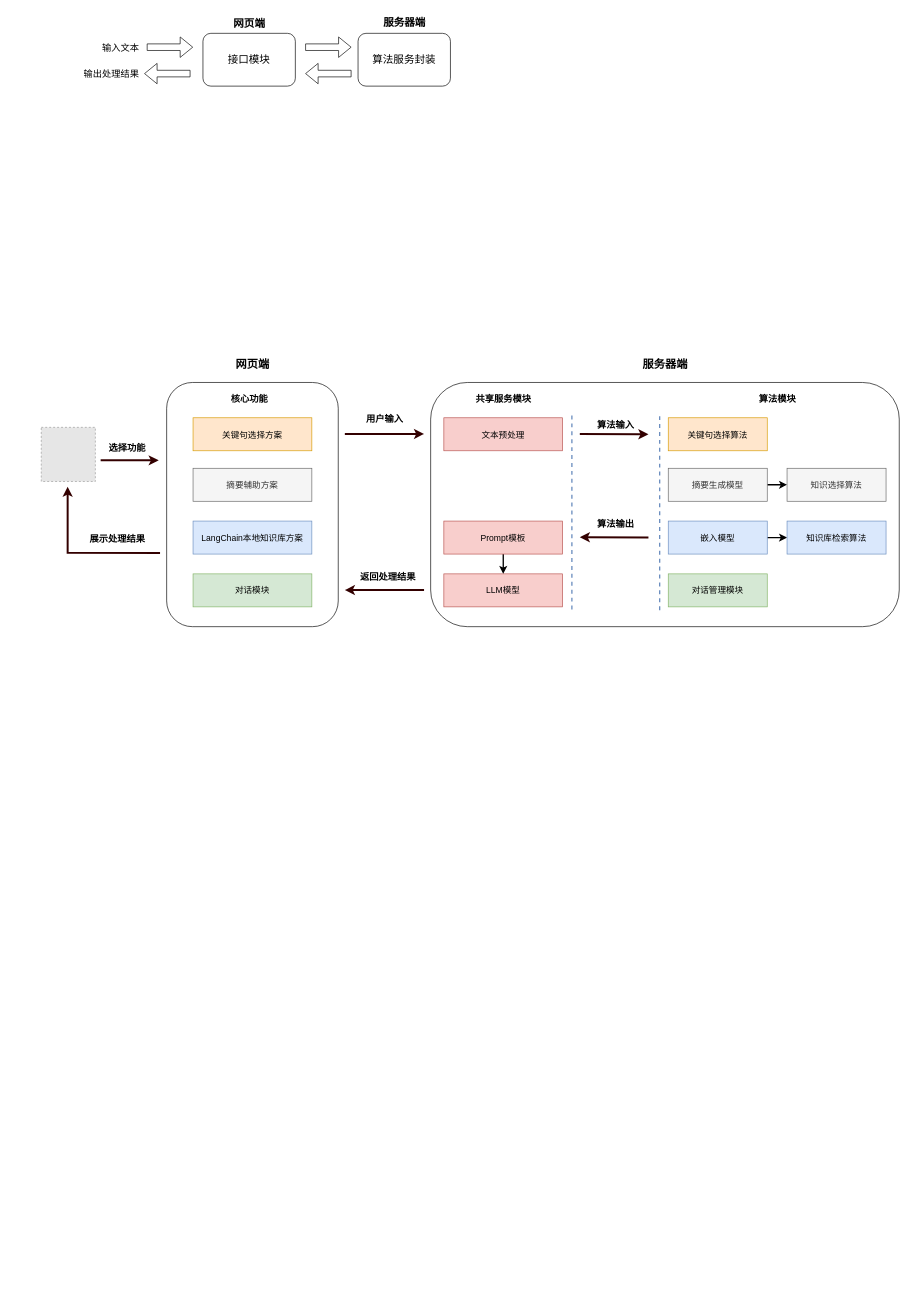
This is page "LCQA系统" (13 of 15) of research.drawio from Asimok/draw, a draw.io file, before an edit. Source tidied: cells renumbered, new cells numbered last; positions are measured from the earlier drawing's top-left corner, leaving out a move shared by most shapes. Both pictures are drawn from the tidied source at 66%, with x=0, y=0 at pixel (41, 11). Pictures stored in the file or linked from it are replaced by grey dashed boxes.
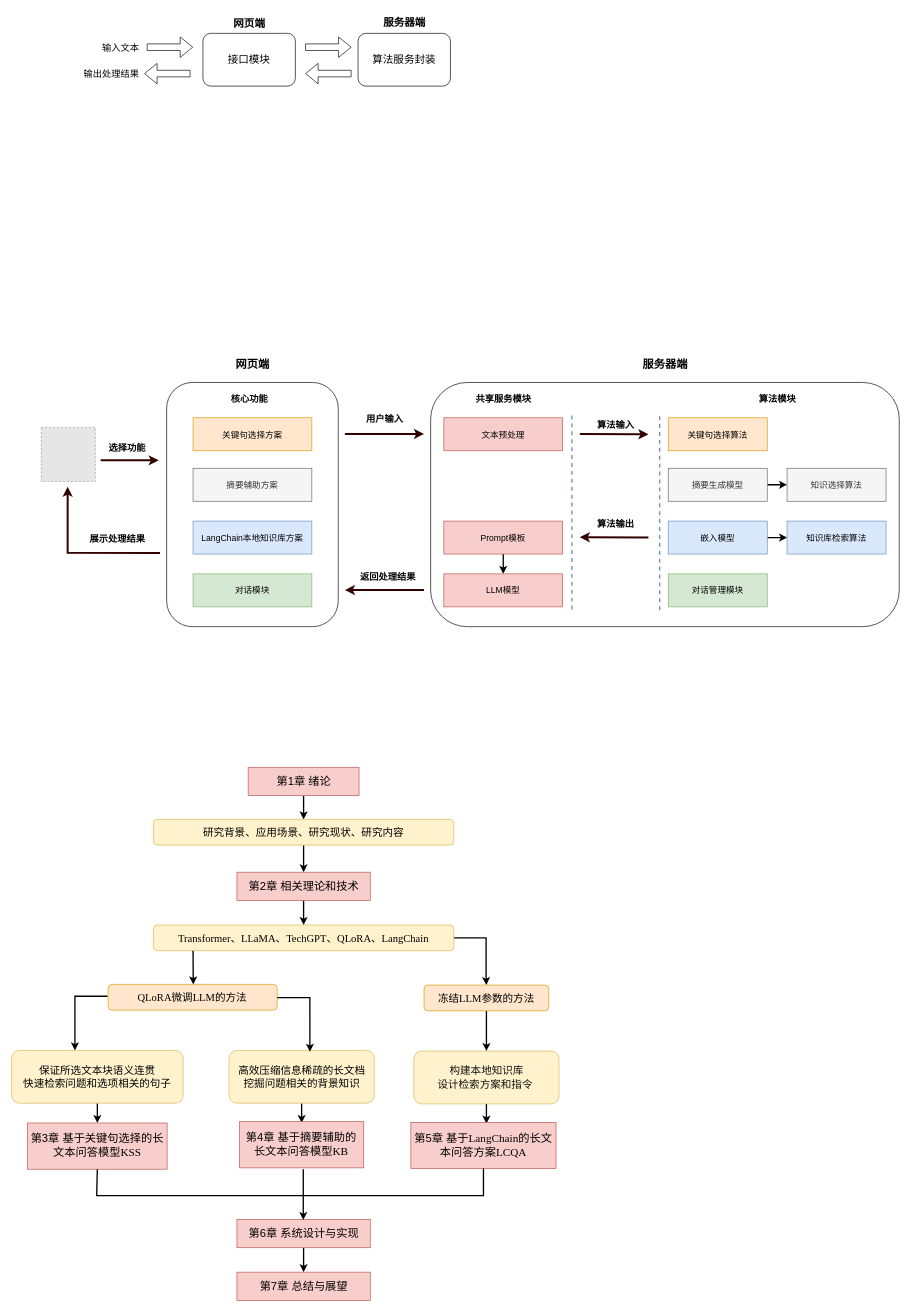
Above is the later version.

Diff of the diagram source:
```diff
@@
+    <mxCell id="50" style="edgeStyle=orthogonalEdgeStyle;rounded=0;jettySize=auto;html=1;strokeWidth=2;" parent="1" edge="1" source="51" target="53">
+      <mxGeometry relative="1" as="geometry" />
+    </mxCell>
+    <mxCell id="51" value="&lt;font style=&quot;font-size: 17px;&quot;&gt;第1章 绪论&lt;/font&gt;" style="rounded=0;whiteSpace=wrap;html=1;fillColor=#f8cecc;strokeColor=#b85450;" parent="1" vertex="1">
+      <mxGeometry x="313.5" y="1145" width="168" height="43" as="geometry" />
+    </mxCell>
+    <mxCell id="52" style="edgeStyle=orthogonalEdgeStyle;rounded=0;jettySize=auto;html=1;strokeWidth=2;" parent="1" edge="1" source="53" target="55">
+      <mxGeometry relative="1" as="geometry" />
+    </mxCell>
+    <mxCell id="53" value="&lt;span style=&quot;text-align: start; font-family: 宋体;&quot;&gt;&lt;font style=&quot;font-size: 16px;&quot;&gt;研究背景、应用场景、研究现状、研究内容&lt;/font&gt;&lt;/span&gt;&lt;span style=&quot;font-size: medium; text-align: start;&quot;&gt;&lt;/span&gt;" style="rounded=1;whiteSpace=wrap;html=1;fillColor=#fff2cc;strokeColor=#d6b656;" parent="1" vertex="1">
+      <mxGeometry x="170" y="1224" width="455" height="39" as="geometry" />
+    </mxCell>
+    <mxCell id="54" style="edgeStyle=orthogonalEdgeStyle;rounded=0;jettySize=auto;html=1;strokeWidth=2;" parent="1" edge="1" source="55" target="57">
+      <mxGeometry relative="1" as="geometry" />
+    </mxCell>
+    <mxCell id="55" value="&lt;font style=&quot;font-size: 17px;&quot;&gt;第2章 相关理论和技术&lt;/font&gt;" style="rounded=0;whiteSpace=wrap;html=1;fillColor=#f8cecc;strokeColor=#b85450;" parent="1" vertex="1">
+      <mxGeometry x="296.5" y="1304" width="202" height="43" as="geometry" />
+    </mxCell>
+    <mxCell id="56" style="edgeStyle=orthogonalEdgeStyle;rounded=0;jettySize=auto;html=1;entryX=0.5;entryY=0;entryDx=0;entryDy=0;strokeWidth=2;" parent="1" edge="1" source="57" target="60">
+      <mxGeometry relative="1" as="geometry">
+        <Array as="points">
+          <mxPoint x="674" y="1404" />
+          <mxPoint x="674" y="1464" />
+        </Array>
+      </mxGeometry>
+    </mxCell>
+    <mxCell id="57" value="&lt;span style=&quot;text-align: start; font-family: &amp;quot;Times New Roman&amp;quot;, serif;&quot; lang=&quot;EN-US&quot;&gt;&lt;font style=&quot;font-size: 16px;&quot;&gt;Transformer、LLaMA、TechGPT、QLoRA、LangChain&lt;/font&gt;&lt;/span&gt;&lt;br&gt;&lt;span style=&quot;font-size: medium; text-align: start;&quot;&gt;&lt;/span&gt;" style="rounded=1;whiteSpace=wrap;html=1;fillColor=#fff2cc;strokeColor=#d6b656;" parent="1" vertex="1">
+      <mxGeometry x="170" y="1384" width="455" height="39" as="geometry" />
+    </mxCell>
+    <mxCell id="58" value="&lt;div style=&quot;text-align: start;&quot;&gt;&lt;font face=&quot;Times New Roman, serif&quot;&gt;&lt;span style=&quot;font-size: 16px;&quot;&gt;QLoRA微调LLM的方法&lt;/span&gt;&lt;/font&gt;&lt;/div&gt;&lt;span style=&quot;font-size: medium; text-align: start;&quot;&gt;&lt;/span&gt;" style="rounded=1;whiteSpace=wrap;html=1;fillColor=#ffe6cc;strokeColor=#d79b00;" parent="1" vertex="1">
+      <mxGeometry x="101.4" y="1474" width="256.1" height="39" as="geometry" />
+    </mxCell>
+    <mxCell id="59" style="edgeStyle=orthogonalEdgeStyle;rounded=0;jettySize=auto;html=1;exitX=0.5;exitY=1;exitDx=0;exitDy=0;entryX=0.5;entryY=0;entryDx=0;entryDy=0;strokeWidth=2;" parent="1" edge="1" source="60" target="66">
+      <mxGeometry relative="1" as="geometry" />
+    </mxCell>
+    <mxCell id="60" value="&lt;div style=&quot;text-align: start;&quot;&gt;&lt;font face=&quot;Times New Roman, serif&quot;&gt;&lt;span style=&quot;font-size: 16px;&quot;&gt;冻结LLM参数的方法&lt;/span&gt;&lt;/font&gt;&lt;/div&gt;&lt;span style=&quot;font-size: medium; text-align: start;&quot;&gt;&lt;/span&gt;" style="rounded=1;whiteSpace=wrap;html=1;fillColor=#ffe6cc;strokeColor=#d79b00;" parent="1" vertex="1">
+      <mxGeometry x="580" y="1475" width="189" height="39" as="geometry" />
+    </mxCell>
+    <mxCell id="61" style="edgeStyle=orthogonalEdgeStyle;rounded=0;jettySize=auto;html=1;exitX=0.5;exitY=1;exitDx=0;exitDy=0;entryX=0.5;entryY=0;entryDx=0;entryDy=0;strokeWidth=2;" parent="1" edge="1" source="62">
+      <mxGeometry relative="1" as="geometry">
+        <mxPoint x="85" y="1684" as="targetPoint" />
+      </mxGeometry>
+    </mxCell>
+    <mxCell id="62" value="&lt;div style=&quot;font-size: 16px;&quot;&gt;&lt;font style=&quot;font-size: 16px;&quot;&gt;&lt;span style=&quot;font-family: 宋体;&quot;&gt;保证所选文本块语义连贯&lt;/span&gt;&lt;br&gt;&lt;/font&gt;&lt;/div&gt;&lt;div style=&quot;font-size: 16px;&quot;&gt;&lt;span style=&quot;font-family: 宋体;&quot;&gt;&lt;font style=&quot;font-size: 16px;&quot;&gt;快速检索问题和选项相关的句子&lt;/font&gt;&lt;/span&gt;&lt;span style=&quot;font-size: medium;&quot;&gt;&lt;/span&gt;&lt;span style=&quot;font-size: 10.5pt; font-family: 宋体;&quot;&gt;&lt;br&gt;&lt;/span&gt;&lt;/div&gt;&lt;span style=&quot;font-size: medium;&quot;&gt;&lt;/span&gt;" style="rounded=1;whiteSpace=wrap;html=1;spacing=5;align=center;fillColor=#fff2cc;strokeColor=#d6b656;" parent="1" vertex="1">
+      <mxGeometry x="-45" y="1574" width="260" height="80" as="geometry" />
+    </mxCell>
+    <mxCell id="63" style="edgeStyle=orthogonalEdgeStyle;rounded=0;jettySize=auto;html=1;exitX=0.5;exitY=1;exitDx=0;exitDy=0;strokeWidth=2;" parent="1" edge="1" source="64">
+      <mxGeometry relative="1" as="geometry">
+        <mxPoint x="394.5" y="1684" as="targetPoint" />
+      </mxGeometry>
+    </mxCell>
+    <mxCell id="64" value="&lt;div style=&quot;font-size: 16px;&quot;&gt;&lt;span style=&quot;font-family: 宋体;&quot;&gt;&lt;font style=&quot;font-size: 16px;&quot;&gt;高效压缩信息稀疏的长文档&lt;/font&gt;&lt;/span&gt;&lt;/div&gt;&lt;div style=&quot;font-size: 16px;&quot;&gt;&lt;span style=&quot;font-family: 宋体;&quot;&gt;&lt;font style=&quot;font-size: 16px;&quot;&gt;挖掘问题相关的背景知识&lt;/font&gt;&lt;/span&gt;&lt;span style=&quot;font-size: medium;&quot;&gt;&lt;/span&gt;&lt;br&gt;&lt;/div&gt;&lt;span style=&quot;font-size: medium; text-align: start;&quot;&gt;&lt;/span&gt;&lt;span style=&quot;font-size: medium; text-align: start;&quot;&gt;&lt;/span&gt;" style="rounded=1;whiteSpace=wrap;html=1;spacing=5;fillColor=#fff2cc;strokeColor=#d6b656;" parent="1" vertex="1">
+      <mxGeometry x="284.5" y="1574" width="220" height="80" as="geometry" />
+    </mxCell>
+    <mxCell id="65" style="edgeStyle=orthogonalEdgeStyle;rounded=0;jettySize=auto;html=1;exitX=0.5;exitY=1;exitDx=0;exitDy=0;entryX=0.5;entryY=0;entryDx=0;entryDy=0;strokeWidth=2;" parent="1" edge="1" source="66">
+      <mxGeometry relative="1" as="geometry">
+        <mxPoint x="674.5" y="1685" as="targetPoint" />
+      </mxGeometry>
+    </mxCell>
+    <mxCell id="66" value="&lt;div style=&quot;font-size: 16px;&quot;&gt;&lt;span style=&quot;font-size: 12pt; font-family: SimSun; color: rgb(18, 18, 18);&quot;&gt;构建本&lt;/span&gt;&lt;span style=&quot;font-size: 12pt; font-family: SimSun; color: rgb(18, 18, 18);&quot;&gt;地&lt;/span&gt;&lt;span style=&quot;font-size: 12pt; font-family: SimSun; color: rgb(18, 18, 18);&quot;&gt;知识库&lt;/span&gt;&lt;div&gt;&lt;span style=&quot;font-size: 12pt; background-color: initial; font-family: SimSun; color: rgb(18, 18, 18);&quot;&gt;设计检索方&lt;/span&gt;&lt;span style=&quot;font-size: 12pt; background-color: initial; font-family: SimSun; color: rgb(18, 18, 18);&quot;&gt;案和&lt;/span&gt;&lt;span style=&quot;font-size: 12pt; background-color: initial; font-family: SimSun; color: rgb(18, 18, 18);&quot;&gt;指令&lt;/span&gt;&lt;span style=&quot;background-color: initial; color: rgb(18, 18, 18); font-family: SimSun; font-size: 12pt;&quot;&gt;&amp;nbsp;&lt;/span&gt;&lt;/div&gt;&lt;/div&gt;&lt;span style=&quot;font-size: medium; text-align: start;&quot;&gt;&lt;/span&gt;&lt;span style=&quot;font-size: medium; text-align: start;&quot;&gt;&lt;/span&gt;" style="rounded=1;whiteSpace=wrap;html=1;spacing=5;fillColor=#fff2cc;strokeColor=#d6b656;" parent="1" vertex="1">
+      <mxGeometry x="564.5" y="1575" width="220" height="80" as="geometry" />
+    </mxCell>
+    <mxCell id="67" value="&lt;div&gt;&lt;div style=&quot;text-wrap: wrap; font-size: 16px;&quot;&gt;&lt;div title=&quot;Page 67&quot; class=&quot;page&quot;&gt;&lt;br&gt;&lt;/div&gt;&lt;/div&gt;&lt;/div&gt;" style="text;html=1;align=center;verticalAlign=middle;strokeColor=none;fillColor=none;" parent="1" vertex="1">
+      <mxGeometry x="724" y="1683" width="20" height="30" as="geometry" />
+    </mxCell>
+    <mxCell id="68" value="&lt;span style=&quot;font-size: 17px; text-align: start; font-family: 宋体;&quot;&gt;第3章 基于关键句选择的长文本问答模型&lt;/span&gt;&lt;span style=&quot;font-size: 17px; text-align: start; font-family: &amp;quot;Times New Roman&amp;quot;, serif;&quot; lang=&quot;EN-US&quot;&gt;KSS&lt;/span&gt;" style="rounded=0;whiteSpace=wrap;html=1;spacing=6;fillColor=#f8cecc;strokeColor=#b85450;" parent="1" vertex="1">
+      <mxGeometry x="-20.8" y="1684" width="211.5" height="70" as="geometry" />
+    </mxCell>
+    <mxCell id="69" value="&lt;span style=&quot;font-size: 17px; text-align: start; font-family: 宋体;&quot;&gt;第4章 基于摘要辅助的长文本问答模型&lt;/span&gt;&lt;span style=&quot;font-size: 17px; text-align: start; font-family: TimesNewRomanPSMT, serif;&quot; lang=&quot;EN-US&quot;&gt;KB&lt;/span&gt;" style="rounded=0;whiteSpace=wrap;html=1;spacing=6;fillColor=#f8cecc;strokeColor=#b85450;" parent="1" vertex="1">
+      <mxGeometry x="300.4" y="1682" width="188.2" height="70" as="geometry" />
+    </mxCell>
+    <mxCell id="70" value="&lt;span style=&quot;font-size: 17px; text-align: start; font-family: 宋体;&quot;&gt;第5章 基于&lt;/span&gt;&lt;span style=&quot;font-size: 17px; text-align: start; font-family: &amp;quot;Times New Roman&amp;quot;, serif;&quot; lang=&quot;EN-US&quot;&gt;LangChain&lt;/span&gt;&lt;span style=&quot;font-size: 17px; text-align: start; font-family: 宋体;&quot;&gt;的长文本问答方案&lt;/span&gt;&lt;span style=&quot;font-size: 17px; text-align: start; font-family: &amp;quot;Times New Roman&amp;quot;, serif;&quot; lang=&quot;EN-US&quot;&gt;LCQA&lt;/span&gt;" style="rounded=0;whiteSpace=wrap;html=1;spacing=6;fillColor=#f8cecc;strokeColor=#b85450;" parent="1" vertex="1">
+      <mxGeometry x="560" y="1683" width="220" height="70" as="geometry" />
+    </mxCell>
+    <mxCell id="71" style="edgeStyle=orthogonalEdgeStyle;rounded=0;jettySize=auto;html=1;exitX=0.5;exitY=1;exitDx=0;exitDy=0;entryX=0.5;entryY=0;entryDx=0;entryDy=0;strokeWidth=2;" parent="1" edge="1" source="72" target="73">
+      <mxGeometry relative="1" as="geometry" />
+    </mxCell>
+    <mxCell id="72" value="&lt;font style=&quot;font-size: 17px;&quot;&gt;第6章 系统设计与实现&lt;/font&gt;" style="rounded=0;whiteSpace=wrap;html=1;fillColor=#f8cecc;strokeColor=#b85450;" parent="1" vertex="1">
+      <mxGeometry x="296.5" y="1830" width="202" height="43" as="geometry" />
+    </mxCell>
+    <mxCell id="73" value="&lt;font style=&quot;font-size: 17px;&quot;&gt;第7章 总结与展望&lt;/font&gt;" style="rounded=0;whiteSpace=wrap;html=1;fillColor=#f8cecc;strokeColor=#b85450;" parent="1" vertex="1">
+      <mxGeometry x="296.5" y="1910" width="202" height="43" as="geometry" />
+    </mxCell>
+    <mxCell id="74" style="endArrow=classic;html=1;rounded=0;entryX=0.5;entryY=0;entryDx=0;entryDy=0;exitX=0.04;exitY=1;exitDx=0;exitDy=0;exitPerimeter=0;strokeWidth=2;" parent="1" edge="1">
+      <mxGeometry relative="1" as="geometry">
+        <mxPoint x="230" y="1423" as="sourcePoint" />
+        <mxPoint x="230.3" y="1474" as="targetPoint" />
+      </mxGeometry>
+    </mxCell>
+    <mxCell id="75" style="endArrow=none;html=1;rounded=0;exitX=0.5;exitY=1;exitDx=0;exitDy=0;entryX=0.5;entryY=1;entryDx=0;entryDy=0;strokeWidth=2;" parent="1" edge="1" source="68" target="70">
+      <mxGeometry relative="1" as="geometry">
+        <Array as="points">
+          <mxPoint x="84" y="1794" />
+          <mxPoint x="670" y="1794" />
+        </Array>
+      </mxGeometry>
+    </mxCell>
+    <mxCell id="76" style="edgeStyle=orthogonalEdgeStyle;rounded=0;orthogonalLoop=1;jettySize=auto;html=1;exitX=0.5;exitY=1;exitDx=0;exitDy=0;entryX=0.5;entryY=0;entryDx=0;entryDy=0;strokeWidth=2;" parent="1" edge="1">
+      <mxGeometry relative="1" as="geometry">
+        <mxPoint x="397" y="1794" as="sourcePoint" />
+        <mxPoint x="397" y="1831" as="targetPoint" />
+      </mxGeometry>
+    </mxCell>
+    <mxCell id="77" style="endArrow=none;html=1;rounded=0;strokeWidth=2;" parent="1" edge="1">
+      <mxGeometry relative="1" as="geometry">
+        <mxPoint x="397" y="1794" as="sourcePoint" />
+        <mxPoint x="397" y="1754" as="targetPoint" />
+      </mxGeometry>
+    </mxCell>
+    <mxCell id="78" style="edgeStyle=orthogonalEdgeStyle;rounded=0;jettySize=auto;html=1;entryX=0.557;entryY=0.025;entryDx=0;entryDy=0;strokeWidth=2;entryPerimeter=0;" parent="1" edge="1" target="64">
+      <mxGeometry relative="1" as="geometry">
+        <mxPoint x="357.6" y="1494" as="sourcePoint" />
+        <Array as="points">
+          <mxPoint x="407" y="1494" />
+        </Array>
+      </mxGeometry>
+    </mxCell>
+    <mxCell id="79" style="edgeStyle=orthogonalEdgeStyle;rounded=0;orthogonalLoop=1;jettySize=auto;html=1;entryX=0.557;entryY=0.025;entryDx=0;entryDy=0;strokeWidth=2;entryPerimeter=0;" parent="1" edge="1">
+      <mxGeometry relative="1" as="geometry">
+        <mxPoint x="100.4" y="1492" as="sourcePoint" />
+        <mxPoint x="51" y="1574" as="targetPoint" />
+        <Array as="points">
+          <mxPoint x="51" y="1492" />
+        </Array>
+      </mxGeometry>
+    </mxCell>
```
